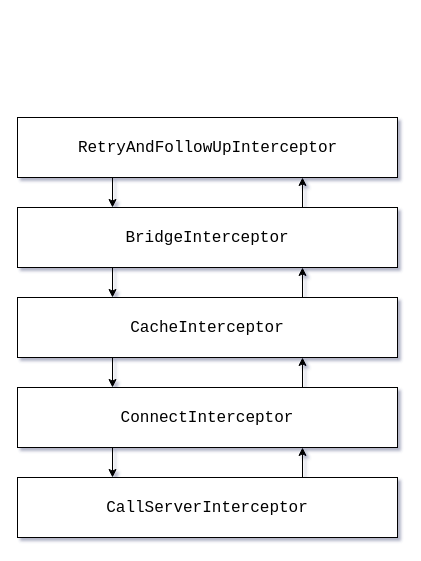
Before: okhttp_test.drawio in dddjjq/CodeRead, a draw.io diagram. Source tidied: cells renumbered, new cells numbered last; positions are measured from the earlier drawing's top-left corner, leaving out a move shared by most shapes. Both pictures are drawn from the tidied source at 100%, with x=0, y=0 at pixel (17, 117).
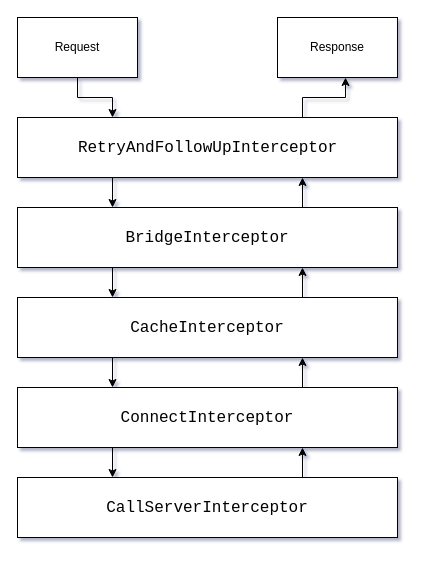
After the change.

Diff of the diagram source:
```diff
@@
 <mxGraphModel shadow="1">
   <root>
     <mxCell id="0" />
     <mxCell id="1" parent="0" />
     <mxCell id="2" style="edgeStyle=orthogonalEdgeStyle;rounded=0;jettySize=auto;html=1;exitX=0.25;exitY=1;exitDx=0;exitDy=0;entryX=0.25;entryY=0;entryDx=0;entryDy=0;fontColor=#000000;" parent="1" edge="1" source="3" target="6">
       <mxGeometry relative="1" as="geometry" />
     </mxCell>
+    <mxCell id="15" style="edgeStyle=orthogonalEdgeStyle;rounded=0;jettySize=auto;html=1;exitX=0.75;exitY=0;exitDx=0;exitDy=0;entryX=0.567;entryY=1;entryDx=0;entryDy=0;entryPerimeter=0;fontColor=#000000;" parent="1" edge="1" source="3" target="18">
+      <mxGeometry relative="1" as="geometry" />
+    </mxCell>
     <mxCell id="3" value="&lt;pre style=&quot;font-family: &amp;quot;courier new&amp;quot;, monospace; font-size: 12pt;&quot;&gt;&lt;div style=&quot;font-family: consolas, &amp;quot;courier new&amp;quot;, monospace; line-height: 22px;&quot;&gt;&lt;span style=&quot;&quot;&gt;RetryAndFollowUpInterceptor&lt;/span&gt;&lt;/div&gt;&lt;/pre&gt;" style="rounded=0;html=1;labelBackgroundColor=#ffffff;" parent="1" vertex="1">
       <mxGeometry width="380" height="60" as="geometry" />
     </mxCell>
     <mxCell id="4" style="edgeStyle=orthogonalEdgeStyle;rounded=0;jettySize=auto;html=1;exitX=0.25;exitY=1;exitDx=0;exitDy=0;entryX=0.25;entryY=0;entryDx=0;entryDy=0;fontColor=#000000;" parent="1" edge="1" source="6" target="14">
       <mxGeometry relative="1" as="geometry" />
     </mxCell>
     <mxCell id="5" style="edgeStyle=orthogonalEdgeStyle;rounded=0;jettySize=auto;html=1;exitX=0.75;exitY=0;exitDx=0;exitDy=0;entryX=0.75;entryY=1;entryDx=0;entryDy=0;fontColor=#000000;" parent="1" edge="1" source="6" target="3">
       <mxGeometry relative="1" as="geometry" />
     </mxCell>
     <mxCell id="6" value="&lt;pre style=&quot;font-family: &amp;quot;courier new&amp;quot; , monospace ; font-size: 12pt&quot;&gt;&lt;div style=&quot;font-family: &amp;quot;consolas&amp;quot; , &amp;quot;courier new&amp;quot; , monospace ; line-height: 22px&quot;&gt;&lt;div style=&quot;font-family: consolas, &amp;quot;courier new&amp;quot;, monospace; line-height: 22px;&quot;&gt;&lt;span style=&quot;&quot;&gt;BridgeInterceptor&lt;/span&gt;&lt;/div&gt;&lt;/div&gt;&lt;/pre&gt;" style="rounded=0;whiteSpace=wrap;html=1;labelBackgroundColor=none;" parent="1" vertex="1">
       <mxGeometry y="90" width="380" height="60" as="geometry" />
     </mxCell>
     <mxCell id="7" style="edgeStyle=orthogonalEdgeStyle;rounded=0;jettySize=auto;html=1;exitX=0.75;exitY=0;exitDx=0;exitDy=0;entryX=0.75;entryY=1;entryDx=0;entryDy=0;fontColor=#000000;" parent="1" edge="1" source="8" target="11">
       <mxGeometry relative="1" as="geometry" />
     </mxCell>
     <mxCell id="8" value="&lt;pre style=&quot;font-family: &amp;quot;courier new&amp;quot; , monospace ; font-size: 12pt&quot;&gt;&lt;div style=&quot;font-family: &amp;quot;consolas&amp;quot; , &amp;quot;courier new&amp;quot; , monospace ; line-height: 22px&quot;&gt;&lt;div style=&quot;font-family: consolas, &amp;quot;courier new&amp;quot;, monospace; line-height: 22px;&quot;&gt;&lt;span style=&quot;&quot;&gt;CallServerInterceptor&lt;/span&gt;&lt;/div&gt;&lt;/div&gt;&lt;/pre&gt;" style="rounded=0;whiteSpace=wrap;html=1;labelBackgroundColor=#ffffff;" parent="1" vertex="1">
       <mxGeometry y="360" width="380" height="60" as="geometry" />
     </mxCell>
     <mxCell id="9" style="edgeStyle=orthogonalEdgeStyle;rounded=0;jettySize=auto;html=1;exitX=0.25;exitY=1;exitDx=0;exitDy=0;entryX=0.25;entryY=0;entryDx=0;entryDy=0;fontColor=#000000;" parent="1" edge="1" source="11" target="8">
       <mxGeometry relative="1" as="geometry" />
     </mxCell>
     <mxCell id="10" style="edgeStyle=orthogonalEdgeStyle;rounded=0;jettySize=auto;html=1;exitX=0.75;exitY=0;exitDx=0;exitDy=0;fontColor=#000000;entryX=0.75;entryY=1;entryDx=0;entryDy=0;" parent="1" edge="1" source="11" target="14">
       <mxGeometry relative="1" as="geometry" />
     </mxCell>
     <mxCell id="11" value="&lt;pre style=&quot;font-family: &amp;quot;courier new&amp;quot; , monospace ; font-size: 12pt&quot;&gt;&lt;div style=&quot;font-family: &amp;quot;consolas&amp;quot; , &amp;quot;courier new&amp;quot; , monospace ; line-height: 22px&quot;&gt;&lt;div style=&quot;font-family: consolas, &amp;quot;courier new&amp;quot;, monospace; line-height: 22px;&quot;&gt;&lt;span style=&quot;&quot;&gt;ConnectInterceptor&lt;/span&gt;&lt;/div&gt;&lt;/div&gt;&lt;/pre&gt;" style="rounded=0;whiteSpace=wrap;html=1;labelBackgroundColor=none;" parent="1" vertex="1">
       <mxGeometry y="270" width="380" height="60" as="geometry" />
     </mxCell>
     <mxCell id="12" style="edgeStyle=orthogonalEdgeStyle;rounded=0;jettySize=auto;html=1;exitX=0.25;exitY=1;exitDx=0;exitDy=0;entryX=0.25;entryY=0;entryDx=0;entryDy=0;fontColor=#000000;" parent="1" edge="1" source="14" target="11">
       <mxGeometry relative="1" as="geometry" />
     </mxCell>
     <mxCell id="13" style="edgeStyle=orthogonalEdgeStyle;rounded=0;jettySize=auto;html=1;exitX=0.75;exitY=0;exitDx=0;exitDy=0;entryX=0.75;entryY=1;entryDx=0;entryDy=0;fontColor=#000000;" parent="1" edge="1" source="14" target="6">
       <mxGeometry relative="1" as="geometry" />
     </mxCell>
     <mxCell id="14" value="&lt;pre style=&quot;font-family: &amp;quot;courier new&amp;quot; , monospace ; font-size: 12pt&quot;&gt;&lt;div style=&quot;font-family: &amp;quot;consolas&amp;quot; , &amp;quot;courier new&amp;quot; , monospace ; line-height: 22px&quot;&gt;&lt;div style=&quot;font-family: consolas, &amp;quot;courier new&amp;quot;, monospace; line-height: 22px;&quot;&gt;&lt;span style=&quot;&quot;&gt;CacheInterceptor&lt;/span&gt;&lt;/div&gt;&lt;/div&gt;&lt;/pre&gt;" style="rounded=0;whiteSpace=wrap;html=1;labelBackgroundColor=none;" parent="1" vertex="1">
       <mxGeometry y="180" width="380" height="60" as="geometry" />
     </mxCell>
+    <mxCell id="16" style="edgeStyle=orthogonalEdgeStyle;rounded=0;jettySize=auto;html=1;exitX=0.5;exitY=1;exitDx=0;exitDy=0;entryX=0.25;entryY=0;entryDx=0;entryDy=0;fontColor=#000000;" parent="1" edge="1" source="17" target="3">
+      <mxGeometry relative="1" as="geometry" />
+    </mxCell>
+    <mxCell id="17" value="Request" style="rounded=0;whiteSpace=wrap;html=1;labelBackgroundColor=#ffffff;fontColor=#000000;" parent="1" vertex="1">
+      <mxGeometry y="-100" width="120" height="60" as="geometry" />
+    </mxCell>
+    <mxCell id="18" value="Response" style="rounded=0;whiteSpace=wrap;html=1;labelBackgroundColor=#ffffff;fontColor=#000000;" parent="1" vertex="1">
+      <mxGeometry x="260" y="-100" width="120" height="60" as="geometry" />
+    </mxCell>
   </root>
 </mxGraphModel>
```
